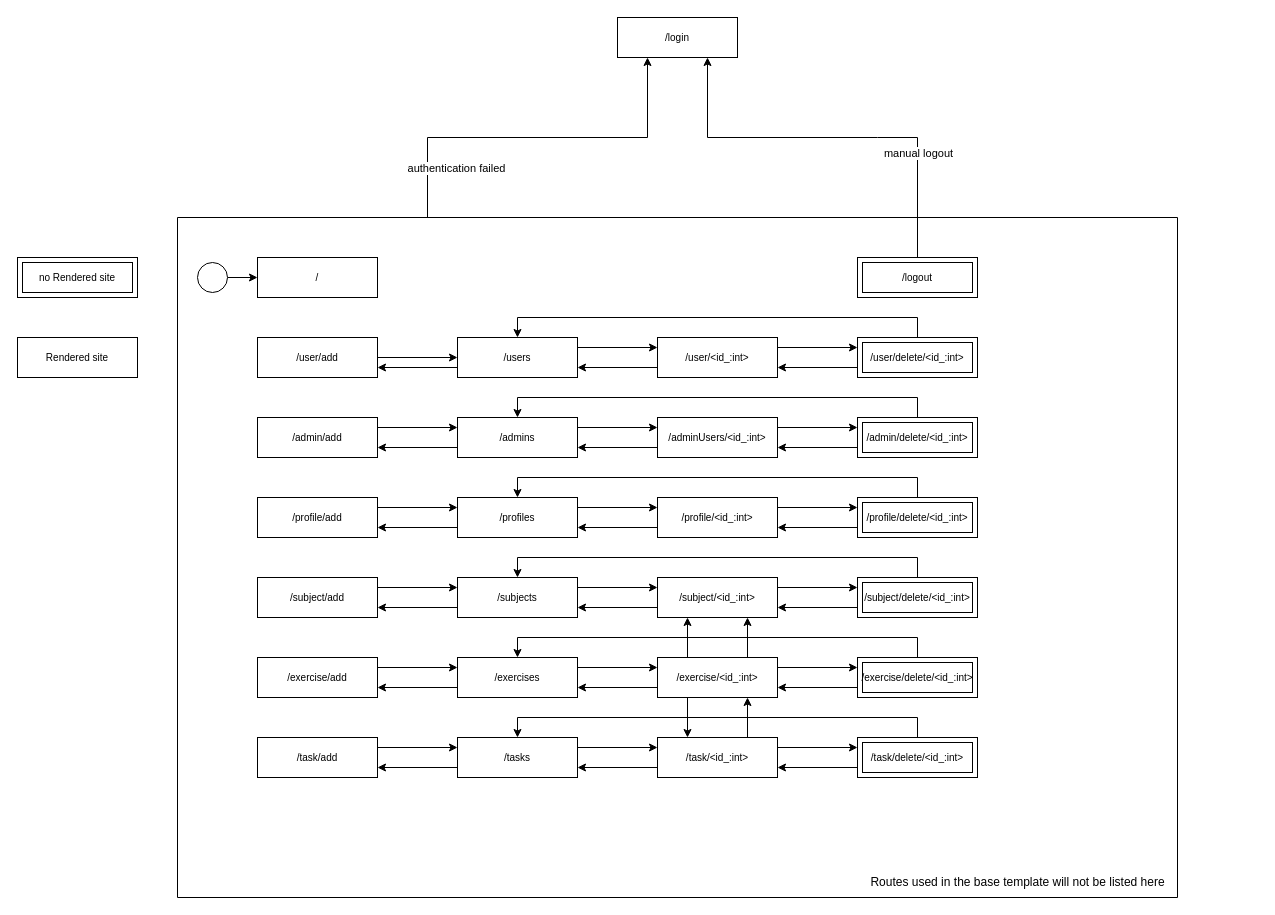
This is doc/frontend/UserFrontendTemplateLinks.drawio from ooemperor/CodeGrader, a draw.io file, before an edit. Source tidied: cells renumbered, new cells numbered last; positions are measured from the earlier drawing's top-left corner, leaving out a move shared by most shapes. Both pictures are drawn from the tidied source at 100%, with x=0, y=0 at pixel (17, 17).
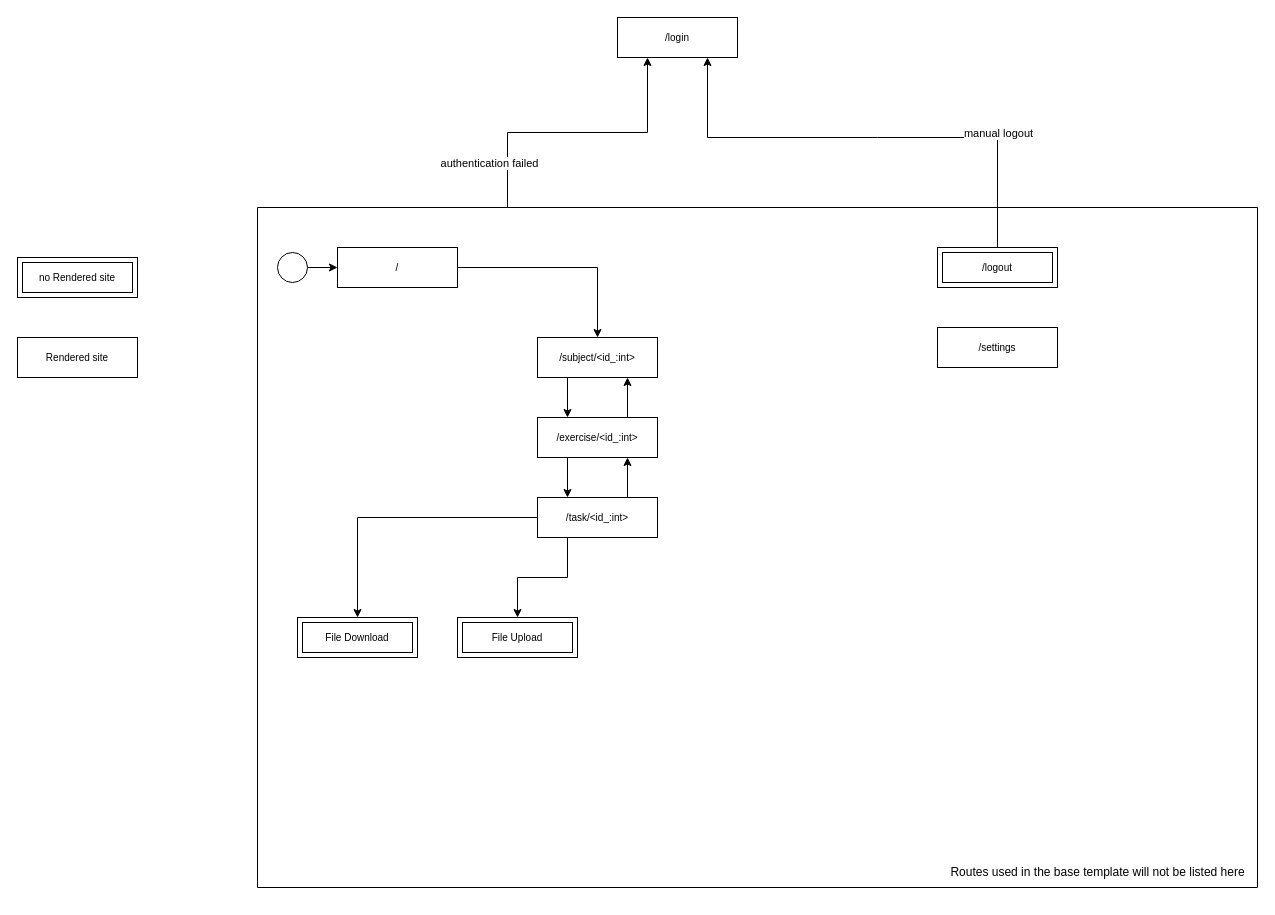
The same diagram, later.

Commit message:
adding diagram of user frontend

Unchanged cells that the change refers to:
```xml
<mxCell id="5" value="&lt;font style=&quot;font-size: 10px;&quot;&gt;/&lt;/font&gt;" style="rounded=0;whiteSpace=wrap;html=1;" parent="4" vertex="1">
  <mxGeometry x="80" y="40" width="120" height="40" as="geometry" />
</mxCell>
```

What changed in the source:
```diff
@@
     <mxCell id="4" style="swimlane;startSize=0;" parent="1" vertex="1">
-      <mxGeometry x="160" y="200" width="1000" height="680" as="geometry" />
+      <mxGeometry x="240" y="190" width="1000" height="680" as="geometry" />
     </mxCell>
+    <mxCell id="85" style="edgeStyle=orthogonalEdgeStyle;rounded=0;jettySize=auto;html=1;entryX=0.5;entryY=0;entryDx=0;entryDy=0;" parent="4" edge="1" source="5" target="22">
+      <mxGeometry relative="1" as="geometry" />
+    </mxCell>
@@
-    <mxCell id="9" style="edgeStyle=orthogonalEdgeStyle;rounded=0;jettySize=auto;html=1;entryX=0;entryY=0.25;entryDx=0;entryDy=0;exitX=1;exitY=0.25;exitDx=0;exitDy=0;" parent="4" edge="1" source="11" target="14">
-      <mxGeometry relative="1" as="geometry" />
-    </mxCell>
-    <mxCell id="10" style="edgeStyle=orthogonalEdgeStyle;rounded=0;jettySize=auto;html=1;exitX=0;exitY=0.75;exitDx=0;exitDy=0;entryX=1;entryY=0.75;entryDx=0;entryDy=0;" parent="4" edge="1" source="11" target="22">
-      <mxGeometry relative="1" as="geometry" />
-    </mxCell>
-    <mxCell id="11" value="&lt;font style=&quot;font-size: 10px;&quot;&gt;/users&lt;/font&gt;" style="whiteSpace=wrap;html=1;align=center;" parent="4" vertex="1">
-      <mxGeometry x="280" y="120" width="120" height="40" as="geometry" />
-    </mxCell>
-    <mxCell id="12" style="edgeStyle=orthogonalEdgeStyle;rounded=0;jettySize=auto;html=1;entryX=1;entryY=0.75;entryDx=0;entryDy=0;exitX=0;exitY=0.75;exitDx=0;exitDy=0;" parent="4" edge="1" source="14" target="11">
-      <mxGeometry relative="1" as="geometry" />
-    </mxCell>
-    <mxCell id="13" style="edgeStyle=orthogonalEdgeStyle;rounded=0;jettySize=auto;html=1;entryX=0;entryY=0.25;entryDx=0;entryDy=0;exitX=1;exitY=0.25;exitDx=0;exitDy=0;" parent="4" edge="1" source="14" target="55">
-      <mxGeometry relative="1" as="geometry" />
-    </mxCell>
-    <mxCell id="14" value="&lt;font style=&quot;font-size: 10px;&quot;&gt;/user/&amp;lt;id_:int&amp;gt;&lt;/font&gt;" style="whiteSpace=wrap;html=1;align=center;" parent="4" vertex="1">
-      <mxGeometry x="480" y="120" width="120" height="40" as="geometry" />
-    </mxCell>
-    <mxCell id="15" style="edgeStyle=orthogonalEdgeStyle;rounded=0;jettySize=auto;html=1;entryX=0;entryY=0.25;entryDx=0;entryDy=0;exitX=1;exitY=0.25;exitDx=0;exitDy=0;" parent="4" edge="1" source="17" target="20">
-      <mxGeometry relative="1" as="geometry" />
-    </mxCell>
-    <mxCell id="16" style="edgeStyle=orthogonalEdgeStyle;rounded=0;jettySize=auto;html=1;exitX=0;exitY=0.75;exitDx=0;exitDy=0;entryX=1;entryY=0.75;entryDx=0;entryDy=0;" parent="4" edge="1" source="17" target="24">
-      <mxGeometry relative="1" as="geometry" />
-    </mxCell>
-    <mxCell id="17" value="&lt;font style=&quot;font-size: 10px;&quot;&gt;/admins&lt;/font&gt;" style="whiteSpace=wrap;html=1;align=center;" parent="4" vertex="1">
-      <mxGeometry x="280" y="200" width="120" height="40" as="geometry" />
-    </mxCell>
-    <mxCell id="18" style="edgeStyle=orthogonalEdgeStyle;rounded=0;jettySize=auto;html=1;entryX=1;entryY=0.75;entryDx=0;entryDy=0;exitX=0;exitY=0.75;exitDx=0;exitDy=0;" parent="4" edge="1" source="20" target="17">
-      <mxGeometry relative="1" as="geometry" />
-    </mxCell>
-    <mxCell id="19" style="edgeStyle=orthogonalEdgeStyle;rounded=0;jettySize=auto;html=1;entryX=0;entryY=0.25;entryDx=0;entryDy=0;exitX=1;exitY=0.25;exitDx=0;exitDy=0;" parent="4" edge="1" source="20" target="57">
-      <mxGeometry relative="1" as="geometry" />
-    </mxCell>
-    <mxCell id="20" value="&lt;font style=&quot;font-size: 10px;&quot;&gt;/adminUsers/&amp;lt;id_:int&amp;gt;&lt;/font&gt;" style="whiteSpace=wrap;html=1;align=center;" parent="4" vertex="1">
-      <mxGeometry x="480" y="200" width="120" height="40" as="geometry" />
-    </mxCell>
-    <mxCell id="21" style="edgeStyle=orthogonalEdgeStyle;rounded=0;jettySize=auto;html=1;entryX=0;entryY=0.5;entryDx=0;entryDy=0;" parent="4" edge="1" source="22" target="11">
-      <mxGeometry relative="1" as="geometry" />
-    </mxCell>
+    <mxCell id="86" style="edgeStyle=orthogonalEdgeStyle;rounded=0;jettySize=auto;html=1;entryX=0.25;entryY=0;entryDx=0;entryDy=0;exitX=0.25;exitY=1;exitDx=0;exitDy=0;" parent="4" edge="1" source="22" target="37">
+      <mxGeometry relative="1" as="geometry" />
+    </mxCell>
-    <mxCell id="22" value="&lt;span style=&quot;font-size: 10px;&quot;&gt;/user/add&lt;/span&gt;" style="whiteSpace=wrap;html=1;align=center;" parent="4" vertex="1">
-      <mxGeometry x="80" y="120" width="120" height="40" as="geometry" />
+    <mxCell id="22" value="&lt;span style=&quot;font-size: 10px;&quot;&gt;/subject/&amp;lt;id_:int&amp;gt;&lt;/span&gt;" style="whiteSpace=wrap;html=1;align=center;" parent="4" vertex="1">
+      <mxGeometry x="280" y="130" width="120" height="40" as="geometry" />
     </mxCell>
-    <mxCell id="23" style="edgeStyle=orthogonalEdgeStyle;rounded=0;jettySize=auto;html=1;entryX=0;entryY=0.25;entryDx=0;entryDy=0;exitX=1;exitY=0.25;exitDx=0;exitDy=0;" parent="4" edge="1" source="24" target="17">
-      <mxGeometry relative="1" as="geometry" />
-    </mxCell>
-    <mxCell id="24" value="&lt;font style=&quot;font-size: 10px;&quot;&gt;/admin/add&lt;/font&gt;" style="whiteSpace=wrap;html=1;align=center;" parent="4" vertex="1">
-      <mxGeometry x="80" y="200" width="120" height="40" as="geometry" />
-    </mxCell>
-    <mxCell id="25" style="edgeStyle=orthogonalEdgeStyle;rounded=0;jettySize=auto;html=1;exitX=0;exitY=0.75;exitDx=0;exitDy=0;entryX=1;entryY=0.75;entryDx=0;entryDy=0;" parent="4" edge="1" source="26" target="32">
-      <mxGeometry relative="1" as="geometry" />
-    </mxCell>
-    <mxCell id="26" value="&lt;span style=&quot;font-size: 10px;&quot;&gt;/subjects&lt;/span&gt;" style="whiteSpace=wrap;html=1;align=center;" parent="4" vertex="1">
-      <mxGeometry x="280" y="360" width="120" height="40" as="geometry" />
-    </mxCell>
-    <mxCell id="27" style="edgeStyle=orthogonalEdgeStyle;rounded=0;jettySize=auto;html=1;entryX=1;entryY=0.75;entryDx=0;entryDy=0;exitX=0;exitY=0.75;exitDx=0;exitDy=0;" parent="4" edge="1" source="29" target="26">
-      <mxGeometry relative="1" as="geometry" />
-    </mxCell>
-    <mxCell id="28" style="edgeStyle=orthogonalEdgeStyle;rounded=0;jettySize=auto;html=1;entryX=0;entryY=0.25;entryDx=0;entryDy=0;exitX=1;exitY=0.25;exitDx=0;exitDy=0;" parent="4" edge="1" source="29" target="59">
-      <mxGeometry relative="1" as="geometry" />
-    </mxCell>
-    <mxCell id="29" value="&lt;font style=&quot;font-size: 10px;&quot;&gt;/subject/&amp;lt;id_:int&amp;gt;&lt;/font&gt;" style="whiteSpace=wrap;html=1;align=center;" parent="4" vertex="1">
-      <mxGeometry x="480" y="360" width="120" height="40" as="geometry" />
-    </mxCell>
-    <mxCell id="30" style="edgeStyle=orthogonalEdgeStyle;rounded=0;jettySize=auto;html=1;entryX=0;entryY=0.25;entryDx=0;entryDy=0;exitX=1;exitY=0.25;exitDx=0;exitDy=0;" parent="4" edge="1" source="26" target="29">
-      <mxGeometry relative="1" as="geometry" />
-    </mxCell>
-    <mxCell id="31" style="edgeStyle=orthogonalEdgeStyle;rounded=0;jettySize=auto;html=1;entryX=0;entryY=0.25;entryDx=0;entryDy=0;exitX=1;exitY=0.25;exitDx=0;exitDy=0;" parent="4" edge="1" source="32" target="26">
-      <mxGeometry relative="1" as="geometry" />
-    </mxCell>
-    <mxCell id="32" value="&lt;font style=&quot;font-size: 10px;&quot;&gt;/subject/add&lt;/font&gt;" style="whiteSpace=wrap;html=1;align=center;" parent="4" vertex="1">
-      <mxGeometry x="80" y="360" width="120" height="40" as="geometry" />
-    </mxCell>
-    <mxCell id="33" style="edgeStyle=orthogonalEdgeStyle;rounded=0;jettySize=auto;html=1;exitX=0;exitY=0.75;exitDx=0;exitDy=0;entryX=1;entryY=0.75;entryDx=0;entryDy=0;" parent="4" edge="1" source="34" target="40">
-      <mxGeometry relative="1" as="geometry" />
-    </mxCell>
-    <mxCell id="34" value="&lt;font style=&quot;font-size: 10px;&quot;&gt;/exercises&lt;/font&gt;" style="whiteSpace=wrap;html=1;align=center;" parent="4" vertex="1">
-      <mxGeometry x="280" y="440" width="120" height="40" as="geometry" />
-    </mxCell>
-    <mxCell id="35" style="edgeStyle=orthogonalEdgeStyle;rounded=0;jettySize=auto;html=1;entryX=1;entryY=0.75;entryDx=0;entryDy=0;exitX=0;exitY=0.75;exitDx=0;exitDy=0;" parent="4" edge="1" source="37" target="34">
-      <mxGeometry relative="1" as="geometry" />
-    </mxCell>
-    <mxCell id="36" style="edgeStyle=orthogonalEdgeStyle;rounded=0;jettySize=auto;html=1;entryX=0;entryY=0.25;entryDx=0;entryDy=0;exitX=1;exitY=0.25;exitDx=0;exitDy=0;" parent="4" edge="1" source="37" target="61">
-      <mxGeometry relative="1" as="geometry" />
-    </mxCell>
+    <mxCell id="53" value="Routes used in the base template will not be listed here" style="text;html=1;align=center;verticalAlign=middle;strokeColor=none;fillColor=none;" parent="4" vertex="1">
+      <mxGeometry x="680" y="650" width="320" height="30" as="geometry" />
+    </mxCell>
+    <mxCell id="50" style="edgeStyle=orthogonalEdgeStyle;rounded=0;jettySize=auto;html=1;exitX=0.25;exitY=1;exitDx=0;exitDy=0;entryX=0.25;entryY=0;entryDx=0;entryDy=0;" parent="4" edge="1" source="37" target="46">
+      <mxGeometry relative="1" as="geometry" />
+    </mxCell>
+    <mxCell id="87" style="edgeStyle=orthogonalEdgeStyle;rounded=0;jettySize=auto;html=1;entryX=0.75;entryY=1;entryDx=0;entryDy=0;exitX=0.75;exitY=0;exitDx=0;exitDy=0;" parent="4" edge="1" source="37" target="22">
+      <mxGeometry relative="1" as="geometry" />
+    </mxCell>
-    <mxCell id="37" value="&lt;font style=&quot;font-size: 10px;&quot;&gt;/exercise/&amp;lt;id_:int&amp;gt;&lt;/font&gt;" style="whiteSpace=wrap;html=1;align=center;" parent="4" vertex="1">
-      <mxGeometry x="480" y="440" width="120" height="40" as="geometry" />
+    <mxCell id="37" value="&lt;span style=&quot;font-size: 10px;&quot;&gt;/exercise/&amp;lt;id_:int&amp;gt;&lt;/span&gt;" style="whiteSpace=wrap;html=1;align=center;" parent="4" vertex="1">
+      <mxGeometry x="280" y="210" width="120" height="40" as="geometry" />
     </mxCell>
-    <mxCell id="38" style="edgeStyle=orthogonalEdgeStyle;rounded=0;jettySize=auto;html=1;entryX=0;entryY=0.25;entryDx=0;entryDy=0;exitX=1;exitY=0.25;exitDx=0;exitDy=0;" parent="4" edge="1" source="34" target="37">
-      <mxGeometry relative="1" as="geometry" />
-    </mxCell>
-    <mxCell id="39" style="edgeStyle=orthogonalEdgeStyle;rounded=0;jettySize=auto;html=1;entryX=0;entryY=0.25;entryDx=0;entryDy=0;exitX=1;exitY=0.25;exitDx=0;exitDy=0;" parent="4" edge="1" source="40" target="34">
-      <mxGeometry relative="1" as="geometry" />
-    </mxCell>
-    <mxCell id="40" value="&lt;font style=&quot;font-size: 10px;&quot;&gt;/exercise/add&lt;/font&gt;" style="whiteSpace=wrap;html=1;align=center;" parent="4" vertex="1">
-      <mxGeometry x="80" y="440" width="120" height="40" as="geometry" />
-    </mxCell>
-    <mxCell id="41" style="edgeStyle=orthogonalEdgeStyle;rounded=0;jettySize=auto;html=1;exitX=0;exitY=0.75;exitDx=0;exitDy=0;entryX=1;entryY=0.75;entryDx=0;entryDy=0;" parent="4" edge="1" source="42" target="49">
-      <mxGeometry relative="1" as="geometry" />
-    </mxCell>
-    <mxCell id="42" value="&lt;font style=&quot;font-size: 10px;&quot;&gt;/tasks&lt;/font&gt;" style="whiteSpace=wrap;html=1;align=center;" parent="4" vertex="1">
-      <mxGeometry x="280" y="520" width="120" height="40" as="geometry" />
-    </mxCell>
-    <mxCell id="43" style="edgeStyle=orthogonalEdgeStyle;rounded=0;jettySize=auto;html=1;entryX=1;entryY=0.75;entryDx=0;entryDy=0;exitX=0;exitY=0.75;exitDx=0;exitDy=0;" parent="4" edge="1" source="46" target="42">
-      <mxGeometry relative="1" as="geometry" />
-    </mxCell>
+    <mxCell id="88" style="edgeStyle=orthogonalEdgeStyle;rounded=0;jettySize=auto;html=1;entryX=0.5;entryY=0;entryDx=0;entryDy=0;" parent="4" edge="1" source="46" target="89">
+      <mxGeometry relative="1" as="geometry" />
+    </mxCell>
@@
-    <mxCell id="45" style="edgeStyle=orthogonalEdgeStyle;rounded=0;jettySize=auto;html=1;entryX=0;entryY=0.25;entryDx=0;entryDy=0;exitX=1;exitY=0.25;exitDx=0;exitDy=0;" parent="4" edge="1" source="46" target="63">
-      <mxGeometry relative="1" as="geometry" />
-    </mxCell>
+    <mxCell id="65" style="edgeStyle=orthogonalEdgeStyle;rounded=0;jettySize=auto;html=1;entryX=0.5;entryY=0;entryDx=0;entryDy=0;exitX=0.25;exitY=1;exitDx=0;exitDy=0;" parent="4" edge="1" source="46" target="64">
+      <mxGeometry relative="1" as="geometry" />
+    </mxCell>
-    <mxCell id="46" value="&lt;font style=&quot;font-size: 10px;&quot;&gt;/task/&amp;lt;id_:int&amp;gt;&lt;/font&gt;" style="whiteSpace=wrap;html=1;align=center;" parent="4" vertex="1">
-      <mxGeometry x="480" y="520" width="120" height="40" as="geometry" />
+    <mxCell id="46" value="&lt;span style=&quot;font-size: 10px;&quot;&gt;/task/&amp;lt;id_:int&amp;gt;&lt;/span&gt;" style="whiteSpace=wrap;html=1;align=center;" parent="4" vertex="1">
+      <mxGeometry x="280" y="290" width="120" height="40" as="geometry" />
     </mxCell>
-    <mxCell id="47" style="edgeStyle=orthogonalEdgeStyle;rounded=0;jettySize=auto;html=1;entryX=0;entryY=0.25;entryDx=0;entryDy=0;exitX=1;exitY=0.25;exitDx=0;exitDy=0;" parent="4" edge="1" source="42" target="46">
-      <mxGeometry relative="1" as="geometry" />
-    </mxCell>
-    <mxCell id="48" style="edgeStyle=orthogonalEdgeStyle;rounded=0;jettySize=auto;html=1;entryX=0;entryY=0.25;entryDx=0;entryDy=0;exitX=1;exitY=0.25;exitDx=0;exitDy=0;" parent="4" edge="1" source="49" target="42">
-      <mxGeometry relative="1" as="geometry" />
-    </mxCell>
-    <mxCell id="49" value="&lt;font style=&quot;font-size: 10px;&quot;&gt;/task/add&lt;/font&gt;" style="whiteSpace=wrap;html=1;align=center;" parent="4" vertex="1">
-      <mxGeometry x="80" y="520" width="120" height="40" as="geometry" />
-    </mxCell>
-    <mxCell id="50" style="edgeStyle=orthogonalEdgeStyle;rounded=0;jettySize=auto;html=1;entryX=0.25;entryY=0;entryDx=0;entryDy=0;exitX=0.25;exitY=1;exitDx=0;exitDy=0;" parent="4" edge="1" source="37" target="46">
-      <mxGeometry relative="1" as="geometry" />
-    </mxCell>
-    <mxCell id="51" style="edgeStyle=orthogonalEdgeStyle;rounded=0;jettySize=auto;html=1;entryX=0.75;entryY=1;entryDx=0;entryDy=0;exitX=0.75;exitY=0;exitDx=0;exitDy=0;" parent="4" edge="1" source="37" target="29">
-      <mxGeometry relative="1" as="geometry" />
-    </mxCell>
-    <mxCell id="52" style="edgeStyle=orthogonalEdgeStyle;rounded=0;jettySize=auto;html=1;entryX=0.25;entryY=1;entryDx=0;entryDy=0;exitX=0.25;exitY=0;exitDx=0;exitDy=0;" parent="4" edge="1" source="37" target="29">
-      <mxGeometry relative="1" as="geometry" />
-    </mxCell>
-    <mxCell id="53" value="Routes used in the base template will not be listed here" style="text;html=1;align=center;verticalAlign=middle;strokeColor=none;fillColor=none;" parent="4" vertex="1">
-      <mxGeometry x="680" y="650" width="320" height="30" as="geometry" />
-    </mxCell>
-    <mxCell id="54" style="edgeStyle=orthogonalEdgeStyle;rounded=0;jettySize=auto;html=1;entryX=0.5;entryY=0;entryDx=0;entryDy=0;exitX=0.5;exitY=0;exitDx=0;exitDy=0;" parent="4" edge="1" source="55" target="11">
-      <mxGeometry relative="1" as="geometry" />
-    </mxCell>
-    <mxCell id="55" value="&lt;font style=&quot;font-size: 10px;&quot;&gt;/user/delete/&amp;lt;id_:int&amp;gt;&lt;/font&gt;" style="shape=ext;margin=3;double=1;whiteSpace=wrap;html=1;align=center;" parent="4" vertex="1">
-      <mxGeometry x="680" y="120" width="120" height="40" as="geometry" />
-    </mxCell>
-    <mxCell id="56" style="edgeStyle=orthogonalEdgeStyle;rounded=0;jettySize=auto;html=1;entryX=0.5;entryY=0;entryDx=0;entryDy=0;exitX=0.5;exitY=0;exitDx=0;exitDy=0;" parent="4" edge="1" source="57" target="17">
-      <mxGeometry relative="1" as="geometry" />
-    </mxCell>
-    <mxCell id="57" value="&lt;font style=&quot;font-size: 10px;&quot;&gt;/admin/delete/&amp;lt;id_:int&amp;gt;&lt;/font&gt;" style="shape=ext;margin=3;double=1;whiteSpace=wrap;html=1;align=center;" parent="4" vertex="1">
-      <mxGeometry x="680" y="200" width="120" height="40" as="geometry" />
-    </mxCell>
-    <mxCell id="58" style="edgeStyle=orthogonalEdgeStyle;rounded=0;jettySize=auto;html=1;entryX=0.5;entryY=0;entryDx=0;entryDy=0;exitX=0.5;exitY=0;exitDx=0;exitDy=0;" parent="4" edge="1" source="59" target="26">
-      <mxGeometry relative="1" as="geometry" />
-    </mxCell>
-    <mxCell id="59" value="&lt;font style=&quot;font-size: 10px;&quot;&gt;/subject/delete/&amp;lt;id_:int&amp;gt;&lt;/font&gt;" style="shape=ext;margin=3;double=1;whiteSpace=wrap;html=1;align=center;" parent="4" vertex="1">
-      <mxGeometry x="680" y="360" width="120" height="40" as="geometry" />
-    </mxCell>
-    <mxCell id="60" style="edgeStyle=orthogonalEdgeStyle;rounded=0;jettySize=auto;html=1;entryX=0.5;entryY=0;entryDx=0;entryDy=0;exitX=0.5;exitY=0;exitDx=0;exitDy=0;" parent="4" edge="1" source="61" target="34">
-      <mxGeometry relative="1" as="geometry" />
-    </mxCell>
-    <mxCell id="61" value="&lt;font style=&quot;font-size: 10px;&quot;&gt;/exercise/delete/&amp;lt;id_:int&amp;gt;&lt;/font&gt;" style="shape=ext;margin=3;double=1;whiteSpace=wrap;html=1;align=center;" parent="4" vertex="1">
-      <mxGeometry x="680" y="440" width="120" height="40" as="geometry" />
-    </mxCell>
-    <mxCell id="62" style="edgeStyle=orthogonalEdgeStyle;rounded=0;jettySize=auto;html=1;entryX=0.5;entryY=0;entryDx=0;entryDy=0;exitX=0.5;exitY=0;exitDx=0;exitDy=0;" parent="4" edge="1" source="63" target="42">
-      <mxGeometry relative="1" as="geometry" />
-    </mxCell>
-    <mxCell id="63" value="&lt;font style=&quot;font-size: 10px;&quot;&gt;/task/delete/&amp;lt;id_:int&amp;gt;&lt;/font&gt;" style="shape=ext;margin=3;double=1;whiteSpace=wrap;html=1;align=center;" parent="4" vertex="1">
-      <mxGeometry x="680" y="520" width="120" height="40" as="geometry" />
-    </mxCell>
+    <mxCell id="89" value="&lt;font style=&quot;font-size: 10px;&quot;&gt;File Download&lt;/font&gt;" style="shape=ext;margin=3;double=1;whiteSpace=wrap;html=1;align=center;" parent="4" vertex="1">
+      <mxGeometry x="40" y="410" width="120" height="40" as="geometry" />
+    </mxCell>
+    <mxCell id="90" value="&lt;span style=&quot;font-size: 10px;&quot;&gt;/settings&lt;/span&gt;" style="whiteSpace=wrap;html=1;align=center;" parent="4" vertex="1">
+      <mxGeometry x="680" y="120" width="120" height="40" as="geometry" />
+    </mxCell>
-    <mxCell id="64" style="edgeStyle=orthogonalEdgeStyle;rounded=0;jettySize=auto;html=1;entryX=1;entryY=0.75;entryDx=0;entryDy=0;exitX=0;exitY=0.75;exitDx=0;exitDy=0;" parent="4" edge="1" source="59" target="29">
-      <mxGeometry relative="1" as="geometry" />
+    <mxCell id="64" value="&lt;font style=&quot;font-size: 10px;&quot;&gt;File Upload&lt;/font&gt;" style="shape=ext;margin=3;double=1;whiteSpace=wrap;html=1;align=center;" parent="4" vertex="1">
+      <mxGeometry x="200" y="410" width="120" height="40" as="geometry" />
     </mxCell>
-    <mxCell id="65" style="edgeStyle=orthogonalEdgeStyle;rounded=0;jettySize=auto;html=1;entryX=1;entryY=0.75;entryDx=0;entryDy=0;exitX=0;exitY=0.75;exitDx=0;exitDy=0;" parent="4" edge="1" source="55" target="14">
-      <mxGeometry relative="1" as="geometry" />
-    </mxCell>
-    <mxCell id="66" style="edgeStyle=orthogonalEdgeStyle;rounded=0;jettySize=auto;html=1;exitX=0;exitY=0.75;exitDx=0;exitDy=0;entryX=1;entryY=0.75;entryDx=0;entryDy=0;" parent="4" edge="1" source="57" target="20">
-      <mxGeometry relative="1" as="geometry" />
-    </mxCell>
-    <mxCell id="67" style="edgeStyle=orthogonalEdgeStyle;rounded=0;jettySize=auto;html=1;entryX=1;entryY=0.75;entryDx=0;entryDy=0;exitX=0;exitY=0.75;exitDx=0;exitDy=0;" parent="4" edge="1" source="61" target="37">
-      <mxGeometry relative="1" as="geometry" />
-    </mxCell>
-    <mxCell id="68" style="edgeStyle=orthogonalEdgeStyle;rounded=0;jettySize=auto;html=1;entryX=1;entryY=0.75;entryDx=0;entryDy=0;exitX=0;exitY=0.75;exitDx=0;exitDy=0;" parent="4" edge="1" source="63" target="46">
-      <mxGeometry relative="1" as="geometry" />
-    </mxCell>
-    <mxCell id="69" value="&lt;font style=&quot;font-size: 10px;&quot;&gt;/profiles&lt;/font&gt;" style="whiteSpace=wrap;html=1;align=center;" parent="4" vertex="1">
-      <mxGeometry x="280" y="280" width="120" height="40" as="geometry" />
-    </mxCell>
-    <mxCell id="70" style="edgeStyle=orthogonalEdgeStyle;rounded=0;jettySize=auto;html=1;entryX=1;entryY=0.75;entryDx=0;entryDy=0;exitX=0;exitY=0.75;exitDx=0;exitDy=0;" parent="4" edge="1" source="71" target="69">
-      <mxGeometry relative="1" as="geometry" />
-    </mxCell>
-    <mxCell id="71" value="&lt;font style=&quot;font-size: 10px;&quot;&gt;/profile/&amp;lt;id_:int&amp;gt;&lt;/font&gt;" style="whiteSpace=wrap;html=1;align=center;" parent="4" vertex="1">
-      <mxGeometry x="480" y="280" width="120" height="40" as="geometry" />
-    </mxCell>
-    <mxCell id="72" style="edgeStyle=orthogonalEdgeStyle;rounded=0;jettySize=auto;html=1;entryX=0;entryY=0.25;entryDx=0;entryDy=0;exitX=1;exitY=0.25;exitDx=0;exitDy=0;" parent="4" edge="1" source="69" target="71">
-      <mxGeometry relative="1" as="geometry" />
-    </mxCell>
-    <mxCell id="73" style="edgeStyle=orthogonalEdgeStyle;rounded=0;jettySize=auto;html=1;entryX=0;entryY=0.25;entryDx=0;entryDy=0;exitX=1;exitY=0.25;exitDx=0;exitDy=0;" parent="4" edge="1" source="74" target="69">
-      <mxGeometry relative="1" as="geometry" />
-    </mxCell>
-    <mxCell id="74" value="&lt;font style=&quot;font-size: 10px;&quot;&gt;/profile/add&lt;/font&gt;" style="whiteSpace=wrap;html=1;align=center;" parent="4" vertex="1">
-      <mxGeometry x="80" y="280" width="120" height="40" as="geometry" />
-    </mxCell>
-    <mxCell id="75" style="edgeStyle=orthogonalEdgeStyle;rounded=0;jettySize=auto;html=1;exitX=0;exitY=0.75;exitDx=0;exitDy=0;entryX=1;entryY=0.75;entryDx=0;entryDy=0;" parent="4" edge="1" source="69" target="74">
-      <mxGeometry relative="1" as="geometry" />
-    </mxCell>
-    <mxCell id="76" style="edgeStyle=orthogonalEdgeStyle;rounded=0;jettySize=auto;html=1;entryX=0.5;entryY=0;entryDx=0;entryDy=0;exitX=0.5;exitY=0;exitDx=0;exitDy=0;" parent="4" edge="1" source="77" target="69">
-      <mxGeometry relative="1" as="geometry" />
-    </mxCell>
-    <mxCell id="77" value="&lt;font style=&quot;font-size: 10px;&quot;&gt;/profile/delete/&amp;lt;id_:int&amp;gt;&lt;/font&gt;" style="shape=ext;margin=3;double=1;whiteSpace=wrap;html=1;align=center;" parent="4" vertex="1">
-      <mxGeometry x="680" y="280" width="120" height="40" as="geometry" />
-    </mxCell>
-    <mxCell id="78" style="edgeStyle=orthogonalEdgeStyle;rounded=0;jettySize=auto;html=1;entryX=0;entryY=0.25;entryDx=0;entryDy=0;exitX=1;exitY=0.25;exitDx=0;exitDy=0;" parent="4" edge="1" source="71" target="77">
-      <mxGeometry relative="1" as="geometry" />
-    </mxCell>
-    <mxCell id="79" style="edgeStyle=orthogonalEdgeStyle;rounded=0;jettySize=auto;html=1;exitX=0;exitY=0.75;exitDx=0;exitDy=0;entryX=1;entryY=0.75;entryDx=0;entryDy=0;" parent="4" edge="1" source="77" target="71">
-      <mxGeometry relative="1" as="geometry" />
-    </mxCell>
```
